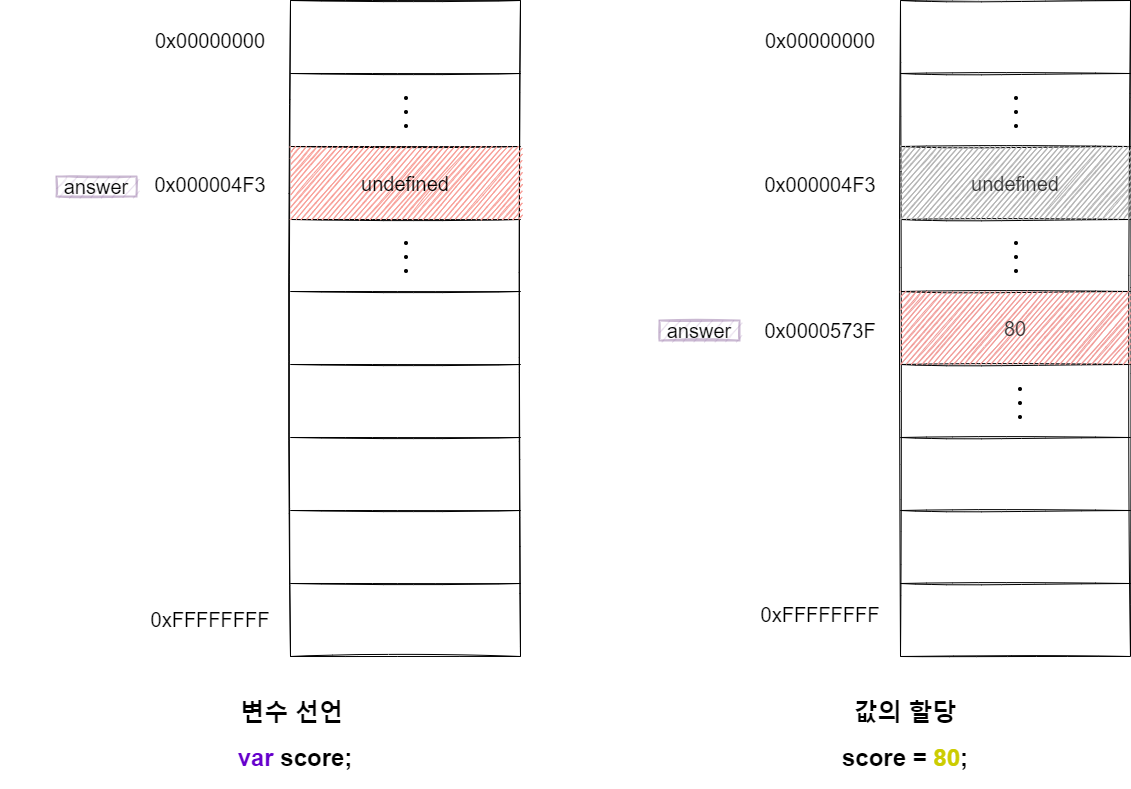
Earlier version of the draw.io export JavaScript/images/assignment.png (canmarkme/Today-ILearned). Source tidied: cells renumbered, new cells last; positions are measured from the earlier drawing's top-left corner, leaving out a move shared by most shapes.
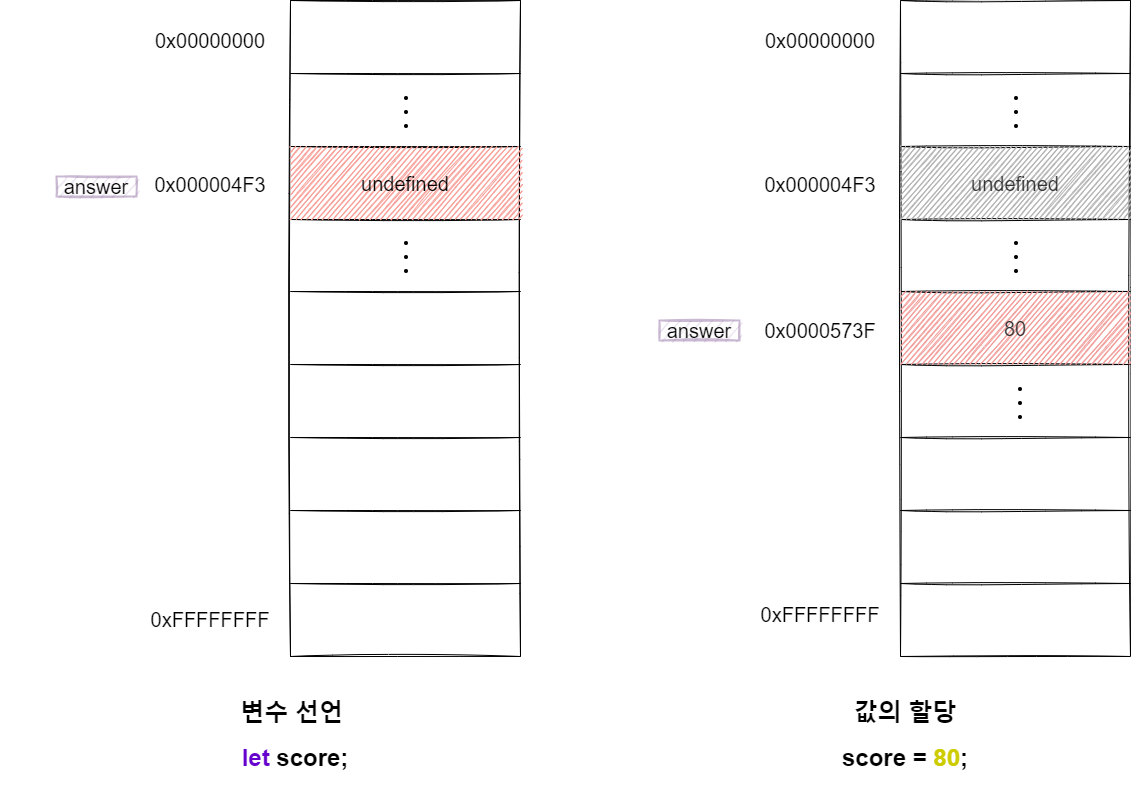
The same diagram one commit later.

Diff of the diagram source:
```diff
@@ -71,7 +71,7 @@
     <mxCell id="24" value="&lt;font style=&quot;font-size: 20px&quot;&gt;0xFFFFFFFF&lt;/font&gt;" style="text;html=1;strokeColor=none;fillColor=none;align=center;verticalAlign=middle;whiteSpace=wrap;rounded=0;sketch=0;" parent="2" vertex="1">
       <mxGeometry x="130" y="609" width="160" height="20" as="geometry" />
     </mxCell>
-    <mxCell id="25" value="&lt;h1&gt;변수 선언&amp;nbsp;&lt;/h1&gt;&lt;h1&gt;&lt;font color=&quot;#6600cc&quot;&gt;var &lt;/font&gt;score;&lt;/h1&gt;" style="text;html=1;strokeColor=none;fillColor=none;align=center;verticalAlign=middle;whiteSpace=wrap;rounded=0;sketch=0;" parent="2" vertex="1">
+    <mxCell id="25" value="&lt;h1&gt;변수 선언&amp;nbsp;&lt;/h1&gt;&lt;h1&gt;&lt;font color=&quot;#6600cc&quot;&gt;let&amp;nbsp;&lt;/font&gt;score;&lt;/h1&gt;" style="text;html=1;strokeColor=none;fillColor=none;align=center;verticalAlign=middle;whiteSpace=wrap;rounded=0;sketch=0;" parent="2" vertex="1">
       <mxGeometry x="210" y="690" width="170" height="90" as="geometry" />
     </mxCell>
     <mxCell id="26" value="&lt;span style=&quot;font-size: 20px&quot;&gt;answer&lt;/span&gt;" style="text;html=1;strokeColor=#9673a6;fillColor=#e1d5e7;align=center;verticalAlign=middle;whiteSpace=wrap;rounded=0;sketch=1;opacity=50;strokeWidth=2;" parent="2" vertex="1">
```
